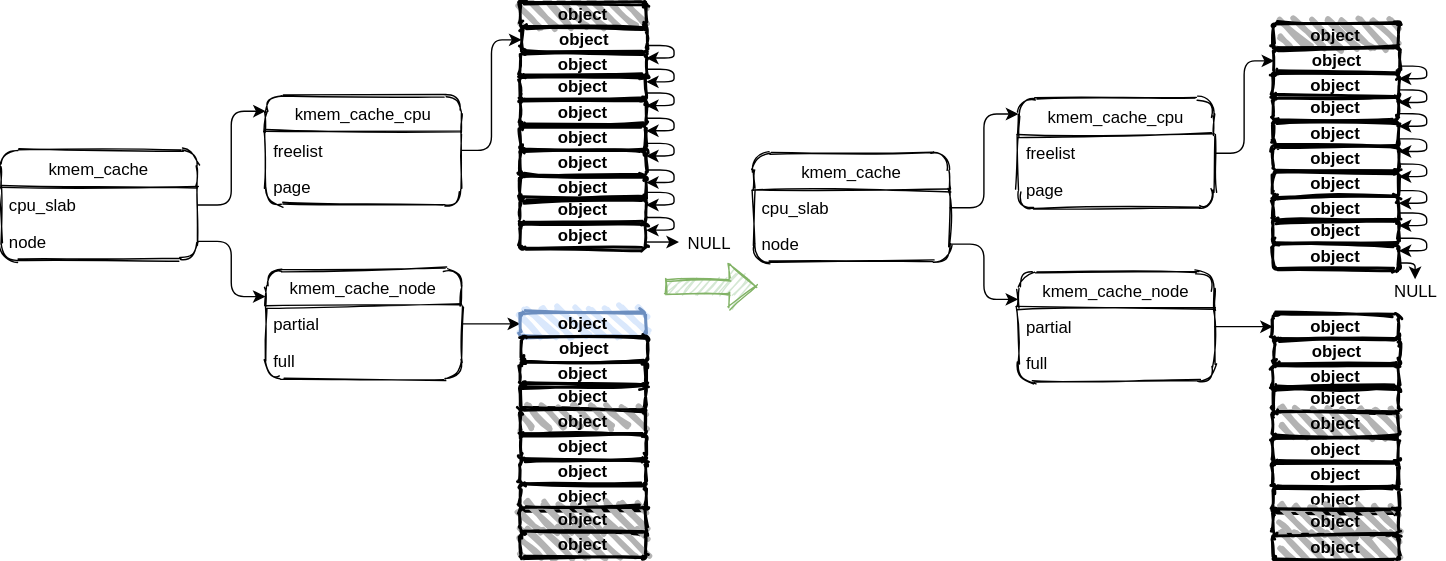
Above: linux-2.x/slub/pic/free_node_partial_no_idle.svg in vernon2gh/note (draw.io), before the change. Source tidied: cells renumbered, new cells last; positions are measured from the earlier drawing's top-left corner, leaving out a move shared by most shapes.
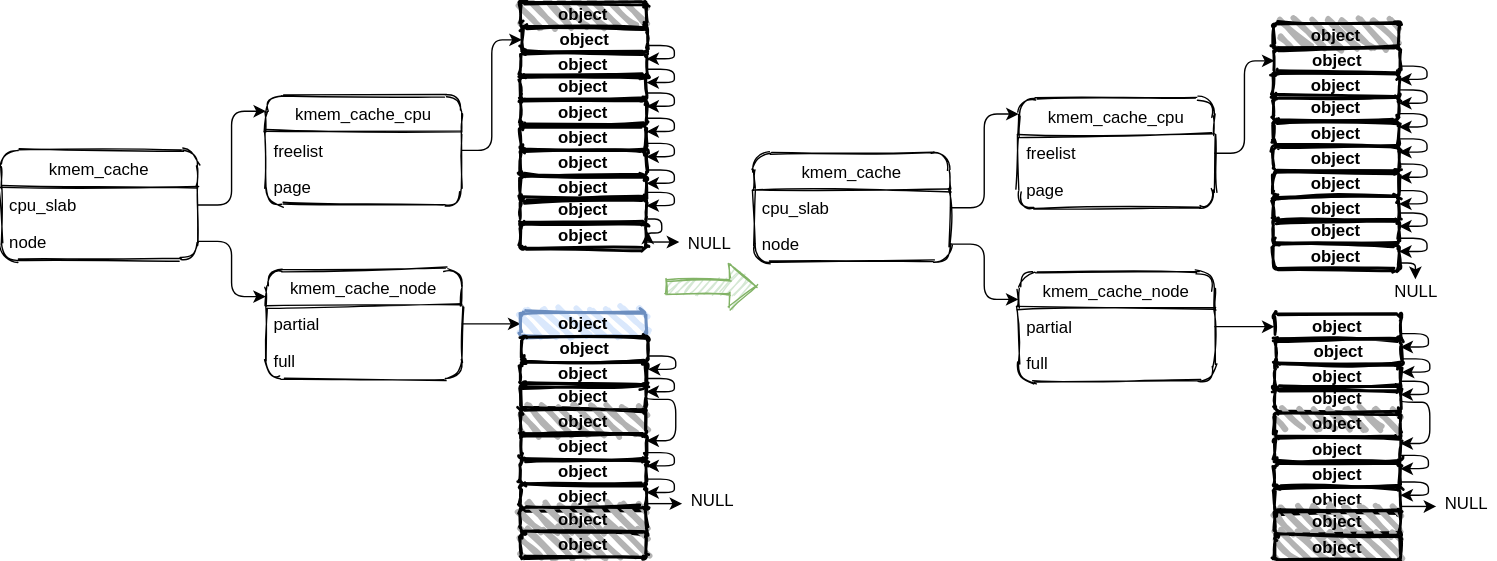
After the commit.

Change to the diagram source:
```diff
@@ -83,6 +83,15 @@
     <mxCell id="28" value="&lt;span&gt;&lt;b&gt;object&lt;/b&gt;&lt;/span&gt;" style="rounded=1;whiteSpace=wrap;html=1;strokeWidth=2;fillWeight=4;hachureGap=8;hachureAngle=45;sketch=1;glass=0;shadow=0;verticalAlign=middle;fillColor=none;" parent="1" vertex="1">
       <mxGeometry x="371" y="257" width="90" height="18" as="geometry" />
     </mxCell>
+    <mxCell id="89" style="edgeStyle=orthogonalEdgeStyle;rounded=1;jettySize=auto;html=1;exitX=1;exitY=0.5;exitDx=0;exitDy=0;entryX=1;entryY=0.25;entryDx=0;entryDy=0;" parent="1" edge="1" source="29" target="31">
+      <mxGeometry relative="1" as="geometry">
+        <Array as="points">
+          <mxPoint x="461" y="284" />
+          <mxPoint x="482" y="284" />
+          <mxPoint x="482" y="314" />
+        </Array>
+      </mxGeometry>
+    </mxCell>
     <mxCell id="29" value="&lt;span&gt;&lt;b&gt;object&lt;/b&gt;&lt;/span&gt;" style="rounded=1;whiteSpace=wrap;html=1;strokeWidth=2;fillWeight=4;hachureGap=8;hachureAngle=45;sketch=1;glass=0;shadow=0;fillColor=none;" parent="1" vertex="1">
       <mxGeometry x="371" y="273" width="90" height="18" as="geometry" />
     </mxCell>
@@ -95,6 +104,9 @@
     <mxCell id="32" value="&lt;span&gt;&lt;b&gt;object&lt;/b&gt;&lt;/span&gt;" style="rounded=1;whiteSpace=wrap;html=1;strokeWidth=2;fillWeight=4;hachureGap=8;hachureAngle=45;sketch=1;glass=0;shadow=0;fillColor=none;" parent="1" vertex="1">
       <mxGeometry x="371" y="327" width="90" height="18" as="geometry" />
     </mxCell>
+    <mxCell id="90" style="edgeStyle=orthogonalEdgeStyle;rounded=1;jettySize=auto;html=1;exitX=1;exitY=0.75;exitDx=0;exitDy=0;entryX=-0.009;entryY=0.593;entryDx=0;entryDy=0;entryPerimeter=0;" parent="1" edge="1" source="33" target="95">
+      <mxGeometry relative="1" as="geometry" />
+    </mxCell>
     <mxCell id="33" value="&lt;span&gt;&lt;b&gt;object&lt;/b&gt;&lt;/span&gt;" style="rounded=1;whiteSpace=wrap;html=1;strokeWidth=2;fillWeight=4;hachureGap=8;hachureAngle=45;sketch=1;glass=0;shadow=0;fillColor=none;" parent="1" vertex="1">
       <mxGeometry x="371" y="345" width="90" height="18" as="geometry" />
     </mxCell>
@@ -122,7 +134,7 @@
     <mxCell id="41" value="page" style="text;strokeColor=none;fillColor=none;align=left;verticalAlign=top;spacingLeft=4;spacingRight=4;overflow=hidden;" parent="39" vertex="1">
       <mxGeometry y="52" width="140" height="26" as="geometry" />
     </mxCell>
-    <mxCell id="42" style="edgeStyle=orthogonalEdgeStyle;rounded=1;jumpStyle=none;jumpSize=1;jettySize=auto;html=1;exitX=1;exitY=0.5;exitDx=0;exitDy=0;entryX=0;entryY=0.5;entryDx=0;entryDy=0;strokeWidth=1;" parent="1" edge="1" source="43" target="60">
+    <mxCell id="42" style="edgeStyle=orthogonalEdgeStyle;rounded=1;jettySize=auto;html=1;exitX=1;exitY=0.5;exitDx=0;exitDy=0;entryX=0;entryY=0.5;entryDx=0;entryDy=0;" parent="1" edge="1" source="43" target="60">
       <mxGeometry relative="1" as="geometry" />
     </mxCell>
     <mxCell id="43" value="kmem_cache_node" style="swimlane;fontStyle=0;horizontal=1;startSize=26;rounded=1;shadow=0;sketch=1;glass=0;" parent="1" vertex="1">
@@ -176,36 +188,6 @@
     <mxCell id="59" style="edgeStyle=orthogonalEdgeStyle;rounded=1;jumpStyle=none;jumpSize=1;jettySize=auto;html=1;exitX=1;exitY=0.5;exitDx=0;exitDy=0;entryX=0;entryY=0.5;entryDx=0;entryDy=0;strokeWidth=1;" parent="1" edge="1" source="40" target="49">
       <mxGeometry relative="1" as="geometry" />
     </mxCell>
-    <mxCell id="60" value="&lt;b&gt;object&lt;/b&gt;" style="rounded=1;whiteSpace=wrap;html=1;strokeWidth=2;fillWeight=4;hachureGap=8;hachureAngle=45;sketch=1;glass=0;shadow=0;fillColor=none;" parent="1" vertex="1">
-      <mxGeometry x="909" y="223" width="90" height="18" as="geometry" />
-    </mxCell>
-    <mxCell id="61" value="&lt;b&gt;object&lt;/b&gt;" style="rounded=1;whiteSpace=wrap;html=1;strokeWidth=2;fillWeight=4;hachureGap=8;hachureAngle=45;sketch=1;glass=0;shadow=0;fillStyle=auto;fillColor=none;" parent="1" vertex="1">
-      <mxGeometry x="910" y="241" width="90" height="18" as="geometry" />
-    </mxCell>
-    <mxCell id="62" value="&lt;span&gt;&lt;b&gt;object&lt;/b&gt;&lt;/span&gt;" style="rounded=1;whiteSpace=wrap;html=1;strokeWidth=2;fillWeight=4;hachureGap=8;hachureAngle=45;sketch=1;glass=0;shadow=0;verticalAlign=middle;fillColor=none;" parent="1" vertex="1">
-      <mxGeometry x="909" y="259" width="90" height="18" as="geometry" />
-    </mxCell>
-    <mxCell id="63" value="&lt;span&gt;&lt;b&gt;object&lt;/b&gt;&lt;/span&gt;" style="rounded=1;whiteSpace=wrap;html=1;strokeWidth=2;fillWeight=4;hachureGap=8;hachureAngle=45;sketch=1;glass=0;shadow=0;fillColor=none;" parent="1" vertex="1">
-      <mxGeometry x="909" y="275" width="90" height="18" as="geometry" />
-    </mxCell>
-    <mxCell id="64" value="&lt;span&gt;&lt;b&gt;object&lt;/b&gt;&lt;/span&gt;" style="rounded=1;whiteSpace=wrap;html=1;strokeWidth=2;fillWeight=4;hachureGap=8;hachureAngle=45;sketch=1;glass=0;shadow=0;fillColor=#B3B3B3;" parent="1" vertex="1">
-      <mxGeometry x="909" y="293" width="90" height="18" as="geometry" />
-    </mxCell>
-    <mxCell id="65" value="&lt;span&gt;&lt;b&gt;object&lt;/b&gt;&lt;/span&gt;" style="rounded=1;whiteSpace=wrap;html=1;strokeWidth=2;fillWeight=4;hachureGap=8;hachureAngle=45;sketch=1;glass=0;shadow=0;fillColor=none;" parent="1" vertex="1">
-      <mxGeometry x="909" y="311" width="90" height="18" as="geometry" />
-    </mxCell>
-    <mxCell id="66" value="&lt;span&gt;&lt;b&gt;object&lt;/b&gt;&lt;/span&gt;" style="rounded=1;whiteSpace=wrap;html=1;strokeWidth=2;fillWeight=4;hachureGap=8;hachureAngle=45;sketch=1;glass=0;shadow=0;fillColor=none;" parent="1" vertex="1">
-      <mxGeometry x="909" y="329" width="90" height="18" as="geometry" />
-    </mxCell>
-    <mxCell id="67" value="&lt;span&gt;&lt;b&gt;object&lt;/b&gt;&lt;/span&gt;" style="rounded=1;whiteSpace=wrap;html=1;strokeWidth=2;fillWeight=4;hachureGap=8;hachureAngle=45;sketch=1;glass=0;shadow=0;fillColor=none;" parent="1" vertex="1">
-      <mxGeometry x="909" y="347" width="90" height="18" as="geometry" />
-    </mxCell>
-    <mxCell id="68" value="&lt;span&gt;&lt;b&gt;object&lt;/b&gt;&lt;/span&gt;" style="rounded=1;whiteSpace=wrap;html=1;strokeWidth=2;fillWeight=4;hachureGap=8;hachureAngle=45;sketch=1;glass=0;shadow=0;fillColor=#B3B3B3;" parent="1" vertex="1">
-      <mxGeometry x="909" y="363" width="90" height="18" as="geometry" />
-    </mxCell>
-    <mxCell id="69" value="&lt;span&gt;&lt;b&gt;object&lt;/b&gt;&lt;/span&gt;" style="rounded=1;whiteSpace=wrap;html=1;strokeWidth=2;fillWeight=4;hachureGap=8;hachureAngle=45;sketch=1;glass=0;shadow=0;fillColor=#B3B3B3;" parent="1" vertex="1">
-      <mxGeometry x="909" y="381" width="90" height="18" as="geometry" />
-    </mxCell>
     <mxCell id="70" style="shape=flexArrow;endArrow=classic;html=1;shadow=0;fontFamily=Helvetica;fontColor=none;fillColor=#d5e8d4;strokeColor=#82b366;sketch=1;" parent="1" edge="1">
       <mxGeometry relative="1" as="geometry">
         <mxPoint x="475" y="203" as="sourcePoint" />
@@ -291,12 +273,12 @@
     </mxCell>
     <mxCell id="78" style="edgeStyle=orthogonalEdgeStyle;rounded=1;orthogonalLoop=1;jettySize=auto;html=1;exitX=1;exitY=0.75;exitDx=0;exitDy=0;entryX=1;entryY=0.25;entryDx=0;entryDy=0;strokeWidth=1;jumpStyle=none;jumpSize=1;" parent="1" edge="1">
       <mxGeometry relative="1" as="geometry">
-        <mxPoint x="461" y="154" as="sourcePoint" />
-        <mxPoint x="461" y="163" as="targetPoint" />
+        <mxPoint x="462" y="253" as="sourcePoint" />
+        <mxPoint x="462" y="262" as="targetPoint" />
         <Array as="points">
-          <mxPoint x="481" y="154.5" />
-          <mxPoint x="481" y="163.5" />
-          <mxPoint x="461" y="163.5" />
+          <mxPoint x="482" y="253.5" />
+          <mxPoint x="482" y="262.5" />
+          <mxPoint x="462" y="262.5" />
         </Array>
       </mxGeometry>
     </mxCell>
@@ -394,5 +376,152 @@
     <mxCell id="88" value="NULL" style="text;html=1;align=center;verticalAlign=middle;points=[];" parent="1" vertex="1">
       <mxGeometry x="990" y="197" width="42" height="19" as="geometry" />
     </mxCell>
+    <mxCell id="91" style="edgeStyle=orthogonalEdgeStyle;rounded=1;orthogonalLoop=1;jettySize=auto;html=1;exitX=1;exitY=0.75;exitDx=0;exitDy=0;entryX=1;entryY=0.25;entryDx=0;entryDy=0;strokeWidth=1;jumpStyle=none;jumpSize=1;" parent="1" edge="1">
+      <mxGeometry relative="1" as="geometry">
+        <mxPoint x="462" y="155" as="sourcePoint" />
+        <mxPoint x="462" y="164" as="targetPoint" />
+        <Array as="points">
+          <mxPoint x="472" y="155" />
+          <mxPoint x="472" y="165" />
+          <mxPoint x="462" y="165" />
+        </Array>
+      </mxGeometry>
+    </mxCell>
+    <mxCell id="92" style="edgeStyle=orthogonalEdgeStyle;rounded=1;orthogonalLoop=1;jettySize=auto;html=1;exitX=1;exitY=0.75;exitDx=0;exitDy=0;entryX=1;entryY=0.25;entryDx=0;entryDy=0;strokeWidth=1;jumpStyle=none;jumpSize=1;" parent="1" edge="1">
+      <mxGeometry relative="1" as="geometry">
+        <mxPoint x="461" y="269" as="sourcePoint" />
+        <mxPoint x="461" y="278" as="targetPoint" />
+        <Array as="points">
+          <mxPoint x="481" y="269.5" />
+          <mxPoint x="481" y="278.5" />
+          <mxPoint x="461" y="278.5" />
+        </Array>
+      </mxGeometry>
+    </mxCell>
+    <mxCell id="93" style="edgeStyle=orthogonalEdgeStyle;rounded=1;orthogonalLoop=1;jettySize=auto;html=1;exitX=1;exitY=0.75;exitDx=0;exitDy=0;entryX=1;entryY=0.25;entryDx=0;entryDy=0;strokeWidth=1;jumpStyle=none;jumpSize=1;" parent="1" edge="1">
+      <mxGeometry relative="1" as="geometry">
+        <mxPoint x="461" y="322" as="sourcePoint" />
+        <mxPoint x="461" y="331" as="targetPoint" />
+        <Array as="points">
+          <mxPoint x="481" y="322.5" />
+          <mxPoint x="481" y="331.5" />
+          <mxPoint x="461" y="331.5" />
+        </Array>
+      </mxGeometry>
+    </mxCell>
+    <mxCell id="94" style="edgeStyle=orthogonalEdgeStyle;rounded=1;orthogonalLoop=1;jettySize=auto;html=1;exitX=1;exitY=0.75;exitDx=0;exitDy=0;entryX=1;entryY=0.25;entryDx=0;entryDy=0;strokeWidth=1;jumpStyle=none;jumpSize=1;" parent="1" edge="1">
+      <mxGeometry relative="1" as="geometry">
+        <mxPoint x="461" y="341" as="sourcePoint" />
+        <mxPoint x="461" y="350" as="targetPoint" />
+        <Array as="points">
+          <mxPoint x="481" y="341.5" />
+          <mxPoint x="481" y="350.5" />
+          <mxPoint x="461" y="350.5" />
+        </Array>
+      </mxGeometry>
+    </mxCell>
+    <mxCell id="95" value="NULL" style="text;html=1;align=center;verticalAlign=middle;points=[];" parent="1" vertex="1">
+      <mxGeometry x="487" y="347" width="42" height="19" as="geometry" />
+    </mxCell>
+    <mxCell id="60" value="&lt;b&gt;object&lt;/b&gt;" style="rounded=1;whiteSpace=wrap;html=1;strokeWidth=2;fillWeight=4;hachureGap=8;hachureAngle=45;sketch=1;glass=0;shadow=0;fillColor=none;" parent="1" vertex="1">
+      <mxGeometry x="910" y="223" width="90" height="18" as="geometry" />
+    </mxCell>
+    <mxCell id="61" value="&lt;b&gt;object&lt;/b&gt;" style="rounded=1;whiteSpace=wrap;html=1;strokeWidth=2;fillWeight=4;hachureGap=8;hachureAngle=45;sketch=1;glass=0;shadow=0;fillStyle=auto;fillColor=none;" parent="1" vertex="1">
+      <mxGeometry x="911" y="241" width="90" height="18" as="geometry" />
+    </mxCell>
+    <mxCell id="62" value="&lt;span&gt;&lt;b&gt;object&lt;/b&gt;&lt;/span&gt;" style="rounded=1;whiteSpace=wrap;html=1;strokeWidth=2;fillWeight=4;hachureGap=8;hachureAngle=45;sketch=1;glass=0;shadow=0;verticalAlign=middle;fillColor=none;" parent="1" vertex="1">
+      <mxGeometry x="910" y="259" width="90" height="18" as="geometry" />
+    </mxCell>
+    <mxCell id="96" style="edgeStyle=orthogonalEdgeStyle;rounded=1;jettySize=auto;html=1;exitX=1;exitY=0.5;exitDx=0;exitDy=0;entryX=1;entryY=0.25;entryDx=0;entryDy=0;" parent="1" edge="1" source="97" target="99">
+      <mxGeometry relative="1" as="geometry">
+        <Array as="points">
+          <mxPoint x="1000" y="286" />
+          <mxPoint x="1021" y="286" />
+          <mxPoint x="1021" y="316" />
+        </Array>
+      </mxGeometry>
+    </mxCell>
+    <mxCell id="97" value="&lt;span&gt;&lt;b&gt;object&lt;/b&gt;&lt;/span&gt;" style="rounded=1;whiteSpace=wrap;html=1;strokeWidth=2;fillWeight=4;hachureGap=8;hachureAngle=45;sketch=1;glass=0;shadow=0;fillColor=none;" parent="1" vertex="1">
+      <mxGeometry x="910" y="275" width="90" height="18" as="geometry" />
+    </mxCell>
+    <mxCell id="98" value="&lt;span&gt;&lt;b&gt;object&lt;/b&gt;&lt;/span&gt;" style="rounded=1;whiteSpace=wrap;html=1;strokeWidth=2;fillWeight=4;hachureGap=8;hachureAngle=45;sketch=1;glass=0;shadow=0;fillColor=#B3B3B3;" parent="1" vertex="1">
+      <mxGeometry x="910" y="293" width="90" height="18" as="geometry" />
+    </mxCell>
+    <mxCell id="99" value="&lt;span&gt;&lt;b&gt;object&lt;/b&gt;&lt;/span&gt;" style="rounded=1;whiteSpace=wrap;html=1;strokeWidth=2;fillWeight=4;hachureGap=8;hachureAngle=45;sketch=1;glass=0;shadow=0;fillColor=none;" parent="1" vertex="1">
+      <mxGeometry x="910" y="311" width="90" height="18" as="geometry" />
+    </mxCell>
+    <mxCell id="100" value="&lt;span&gt;&lt;b&gt;object&lt;/b&gt;&lt;/span&gt;" style="rounded=1;whiteSpace=wrap;html=1;strokeWidth=2;fillWeight=4;hachureGap=8;hachureAngle=45;sketch=1;glass=0;shadow=0;fillColor=none;" parent="1" vertex="1">
+      <mxGeometry x="910" y="329" width="90" height="18" as="geometry" />
+    </mxCell>
+    <mxCell id="101" style="edgeStyle=orthogonalEdgeStyle;rounded=1;jettySize=auto;html=1;exitX=1;exitY=0.75;exitDx=0;exitDy=0;entryX=-0.009;entryY=0.593;entryDx=0;entryDy=0;entryPerimeter=0;" parent="1" edge="1" source="102" target="109">
+      <mxGeometry relative="1" as="geometry" />
+    </mxCell>
+    <mxCell id="102" value="&lt;span&gt;&lt;b&gt;object&lt;/b&gt;&lt;/span&gt;" style="rounded=1;whiteSpace=wrap;html=1;strokeWidth=2;fillWeight=4;hachureGap=8;hachureAngle=45;sketch=1;glass=0;shadow=0;fillColor=none;" parent="1" vertex="1">
+      <mxGeometry x="910" y="347" width="90" height="18" as="geometry" />
+    </mxCell>
+    <mxCell id="103" value="&lt;span&gt;&lt;b&gt;object&lt;/b&gt;&lt;/span&gt;" style="rounded=1;whiteSpace=wrap;html=1;strokeWidth=2;fillWeight=4;hachureGap=8;hachureAngle=45;sketch=1;glass=0;shadow=0;fillColor=#B3B3B3;" parent="1" vertex="1">
+      <mxGeometry x="910" y="363" width="90" height="18" as="geometry" />
+    </mxCell>
+    <mxCell id="104" value="&lt;span&gt;&lt;b&gt;object&lt;/b&gt;&lt;/span&gt;" style="rounded=1;whiteSpace=wrap;html=1;strokeWidth=2;fillWeight=4;hachureGap=8;hachureAngle=45;sketch=1;glass=0;shadow=0;fillColor=#B3B3B3;" parent="1" vertex="1">
+      <mxGeometry x="910" y="381" width="90" height="18" as="geometry" />
+    </mxCell>
+    <mxCell id="105" style="edgeStyle=orthogonalEdgeStyle;rounded=1;orthogonalLoop=1;jettySize=auto;html=1;exitX=1;exitY=0.75;exitDx=0;exitDy=0;entryX=1;entryY=0.25;entryDx=0;entryDy=0;strokeWidth=1;jumpStyle=none;jumpSize=1;" parent="1" edge="1">
+      <mxGeometry relative="1" as="geometry">
+        <mxPoint x="1001" y="255" as="sourcePoint" />
+        <mxPoint x="1001" y="264" as="targetPoint" />
+        <Array as="points">
+          <mxPoint x="1021" y="255.5" />
+          <mxPoint x="1021" y="264.5" />
+          <mxPoint x="1001" y="264.5" />
+        </Array>
+      </mxGeometry>
+    </mxCell>
+    <mxCell id="106" style="edgeStyle=orthogonalEdgeStyle;rounded=1;orthogonalLoop=1;jettySize=auto;html=1;exitX=1;exitY=0.75;exitDx=0;exitDy=0;entryX=1;entryY=0.25;entryDx=0;entryDy=0;strokeWidth=1;jumpStyle=none;jumpSize=1;" parent="1" edge="1">
+      <mxGeometry relative="1" as="geometry">
+        <mxPoint x="1000" y="271" as="sourcePoint" />
+        <mxPoint x="1000" y="280" as="targetPoint" />
+        <Array as="points">
+          <mxPoint x="1020" y="271.5" />
+          <mxPoint x="1020" y="280.5" />
+          <mxPoint x="1000" y="280.5" />
+        </Array>
+      </mxGeometry>
+    </mxCell>
+    <mxCell id="107" style="edgeStyle=orthogonalEdgeStyle;rounded=1;orthogonalLoop=1;jettySize=auto;html=1;exitX=1;exitY=0.75;exitDx=0;exitDy=0;entryX=1;entryY=0.25;entryDx=0;entryDy=0;strokeWidth=1;jumpStyle=none;jumpSize=1;" parent="1" edge="1">
+      <mxGeometry relative="1" as="geometry">
+        <mxPoint x="1000" y="324" as="sourcePoint" />
+        <mxPoint x="1000" y="333" as="targetPoint" />
+        <Array as="points">
+          <mxPoint x="1020" y="324.5" />
+          <mxPoint x="1020" y="333.5" />
+          <mxPoint x="1000" y="333.5" />
+        </Array>
+      </mxGeometry>
+    </mxCell>
+    <mxCell id="108" style="edgeStyle=orthogonalEdgeStyle;rounded=1;orthogonalLoop=1;jettySize=auto;html=1;exitX=1;exitY=0.75;exitDx=0;exitDy=0;entryX=1;entryY=0.25;entryDx=0;entryDy=0;strokeWidth=1;jumpStyle=none;jumpSize=1;" parent="1" edge="1">
+      <mxGeometry relative="1" as="geometry">
+        <mxPoint x="1000" y="343" as="sourcePoint" />
+        <mxPoint x="1000" y="352" as="targetPoint" />
+        <Array as="points">
+          <mxPoint x="1020" y="343.5" />
+          <mxPoint x="1020" y="352.5" />
+          <mxPoint x="1000" y="352.5" />
+        </Array>
+      </mxGeometry>
+    </mxCell>
+    <mxCell id="109" value="NULL" style="text;html=1;align=center;verticalAlign=middle;points=[];" parent="1" vertex="1">
+      <mxGeometry x="1026" y="349" width="42" height="19" as="geometry" />
+    </mxCell>
+    <mxCell id="110" style="edgeStyle=orthogonalEdgeStyle;rounded=1;orthogonalLoop=1;jettySize=auto;html=1;exitX=1;exitY=0.75;exitDx=0;exitDy=0;entryX=1;entryY=0.25;entryDx=0;entryDy=0;strokeWidth=1;jumpStyle=none;jumpSize=1;" parent="1" edge="1">
+      <mxGeometry relative="1" as="geometry">
+        <mxPoint x="1000" y="237" as="sourcePoint" />
+        <mxPoint x="1000" y="246" as="targetPoint" />
+        <Array as="points">
+          <mxPoint x="1020" y="237.5" />
+          <mxPoint x="1020" y="246.5" />
+          <mxPoint x="1000" y="246.5" />
+        </Array>
+      </mxGeometry>
+    </mxCell>
   </root>
 </mxGraphModel>
```
